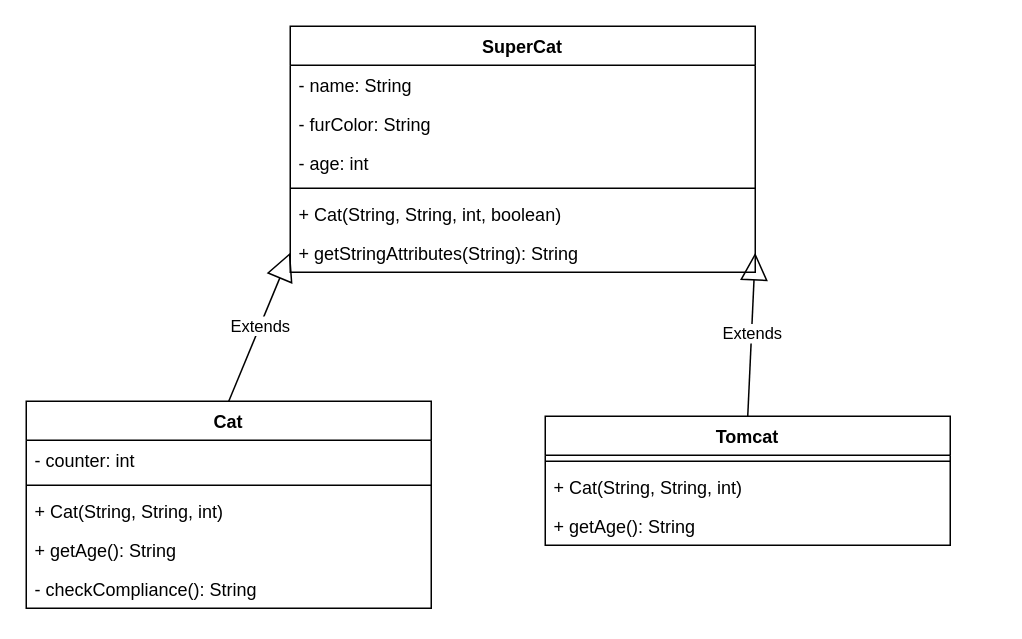
The draw.io diagram page "Cat/Tomcat/SuperCat" (4 of 4) of klassendiagramm.drawio in bacaiib/03_Inheritance_Vererbung, before the edit. Source tidied: cells renumbered, new cells numbered last; positions are measured from the earlier drawing's top-left corner, leaving out a move shared by most shapes. Both pictures are drawn from the tidied source at 150%, with x=0, y=0 at pixel (26, 26).
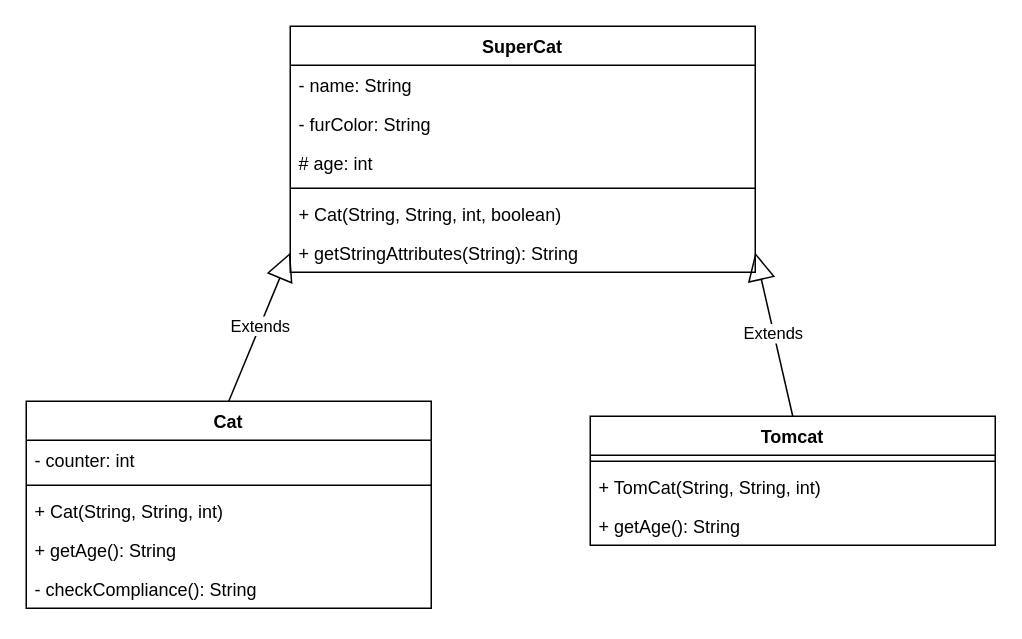
The same page after the edit.

Unchanged cells that the change refers to:
```xml
<mxCell id="12" value="SuperCat" style="swimlane;fontStyle=1;align=center;verticalAlign=top;horizontal=1;startSize=26;" parent="1" vertex="1">
  <mxGeometry x="176" width="310" height="164" as="geometry" />
</mxCell>
```

What changed in the source:
```diff
@@
     <mxCell id="8" value="Tomcat" style="swimlane;fontStyle=1;align=center;verticalAlign=top;horizontal=1;startSize=26;" parent="1" vertex="1">
-      <mxGeometry x="346" y="260" width="270" height="86" as="geometry" />
+      <mxGeometry x="376" y="260" width="270" height="86" as="geometry" />
     </mxCell>
@@
-    <mxCell id="10" value="+ Cat(String, String, int)" style="text;strokeColor=none;fillColor=none;align=left;verticalAlign=top;spacingLeft=4;spacingRight=4;overflow=hidden;" parent="8" vertex="1">
-      <mxGeometry y="34" width="270" height="26" as="geometry" />
-    </mxCell>
+    <mxCell id="21" value="+ TomCat(String, String, int)" style="text;strokeColor=none;fillColor=none;align=left;verticalAlign=top;spacingLeft=4;spacingRight=4;overflow=hidden;" parent="8" vertex="1">
+      <mxGeometry y="34" width="270" height="26" as="geometry" />
+    </mxCell>
@@
-    <mxCell id="15" value="- age: int" style="text;strokeColor=none;fillColor=none;align=left;verticalAlign=top;spacingLeft=4;spacingRight=4;overflow=hidden;" parent="12" vertex="1">
+    <mxCell id="15" value="# age: int" style="text;strokeColor=none;fillColor=none;align=left;verticalAlign=top;spacingLeft=4;spacingRight=4;overflow=hidden;" parent="12" vertex="1">
       <mxGeometry y="78" width="310" height="26" as="geometry" />
     </mxCell>
```
